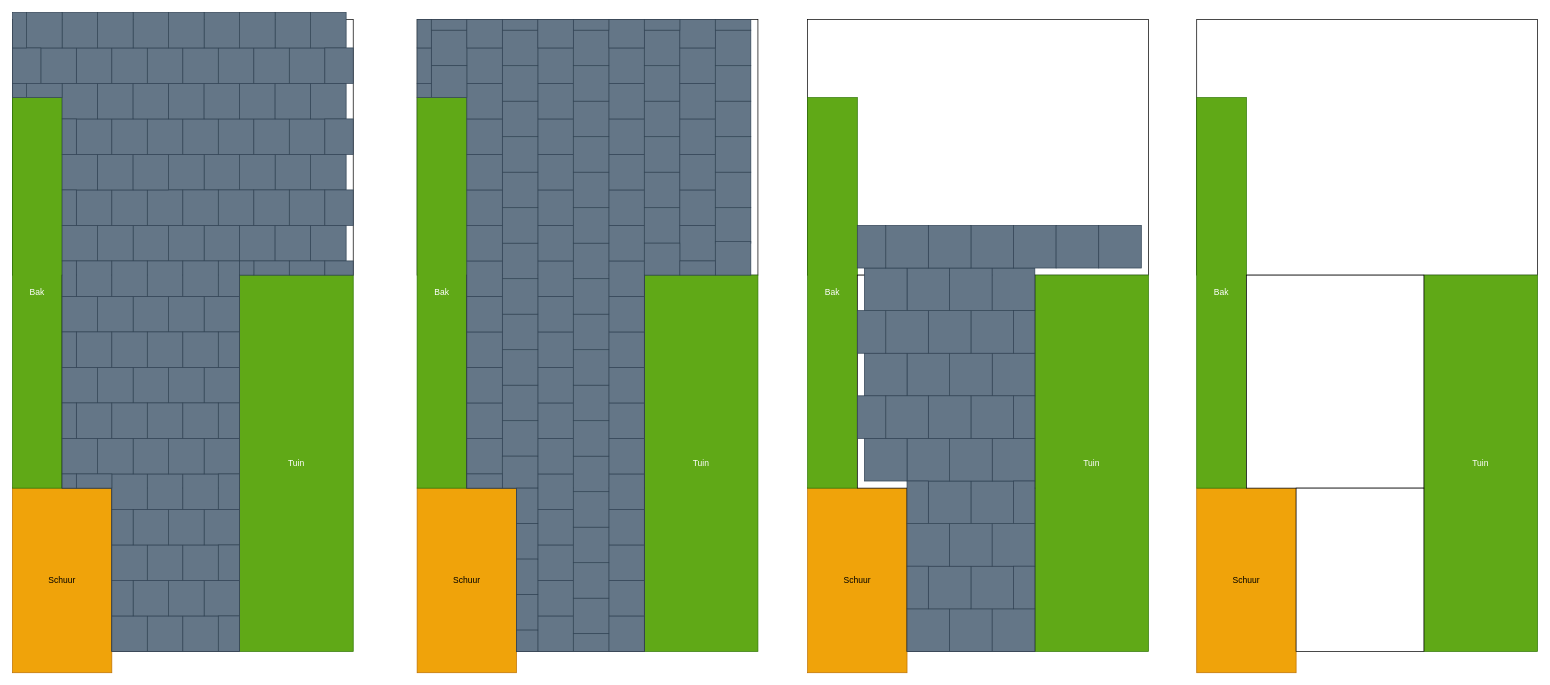
This is tuinlayout.drawio from FiekBuurman/Prompts-library, a draw.io file, before an edit. Source tidied: cells renumbered, new cells numbered last; positions are measured from the earlier drawing's top-left corner, leaving out a move shared by most shapes. Both pictures are drawn from the tidied source at 71%, with x=0, y=0 at pixel (12, 12).
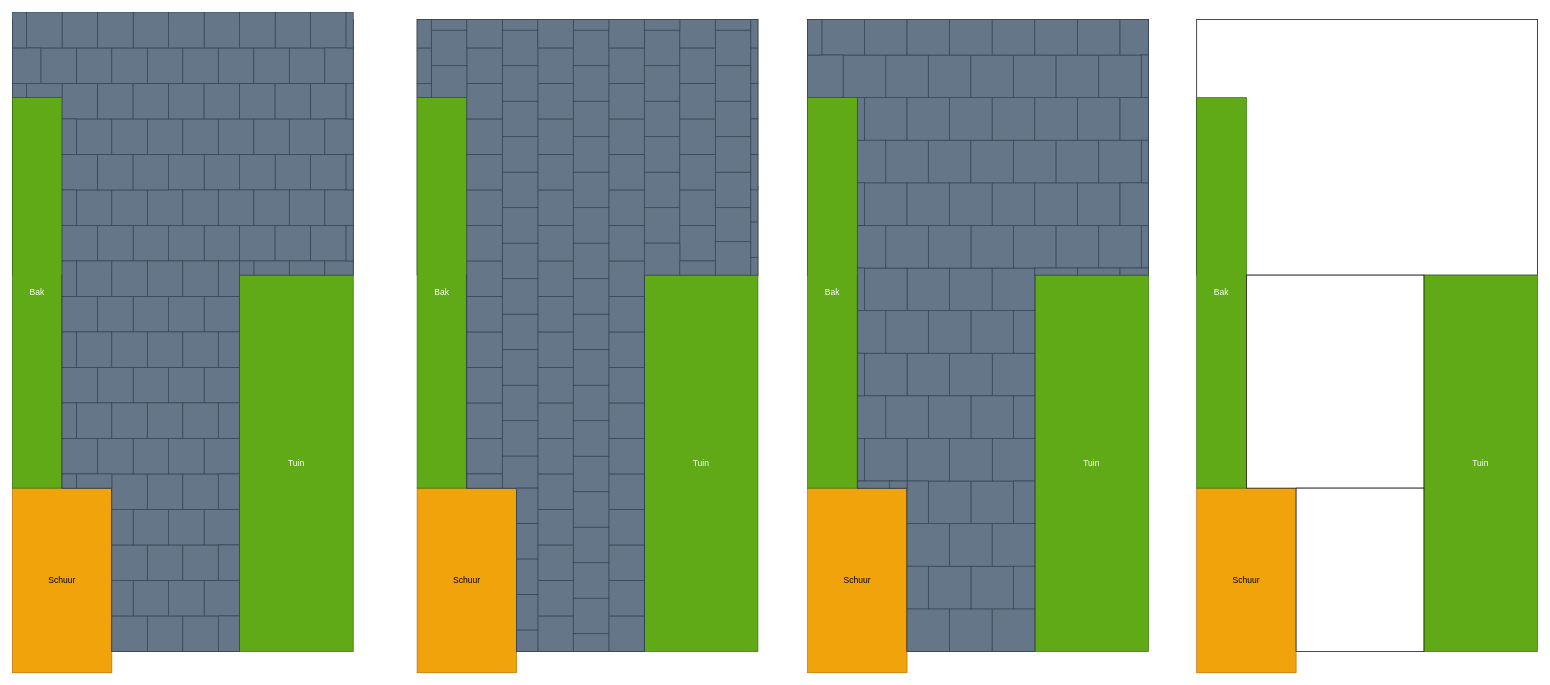
Above is the later version.

Diff of the diagram source:
```diff
@@
+    <mxCell id="310" style="rounded=0;whiteSpace=wrap;html=1;fillColor=#647687;strokeColor=#314354;fontColor=#ffffff;" parent="1" vertex="1">
+      <mxGeometry x="1200" y="240" width="60" height="60" as="geometry" />
+    </mxCell>
+    <mxCell id="311" style="rounded=0;whiteSpace=wrap;html=1;fillColor=#647687;strokeColor=#314354;fontColor=#ffffff;" parent="1" vertex="1">
+      <mxGeometry x="1260" y="240" width="60" height="60" as="geometry" />
+    </mxCell>
+    <mxCell id="312" style="rounded=0;whiteSpace=wrap;html=1;fillColor=#647687;strokeColor=#314354;fontColor=#ffffff;" parent="1" vertex="1">
+      <mxGeometry x="1320" y="240" width="60" height="60" as="geometry" />
+    </mxCell>
+    <mxCell id="313" style="rounded=0;whiteSpace=wrap;html=1;fillColor=#647687;strokeColor=#314354;fontColor=#ffffff;" parent="1" vertex="1">
+      <mxGeometry x="1380" y="240" width="60" height="60" as="geometry" />
+    </mxCell>
+    <mxCell id="314" style="rounded=0;whiteSpace=wrap;html=1;fillColor=#647687;strokeColor=#314354;fontColor=#ffffff;" parent="1" vertex="1">
+      <mxGeometry x="1440" y="240" width="60" height="60" as="geometry" />
+    </mxCell>
+    <mxCell id="315" style="rounded=0;whiteSpace=wrap;html=1;fillColor=#647687;strokeColor=#314354;fontColor=#ffffff;" parent="1" vertex="1">
+      <mxGeometry x="1500" y="240" width="60" height="60" as="geometry" />
+    </mxCell>
+    <mxCell id="316" style="rounded=0;whiteSpace=wrap;html=1;fillColor=#647687;strokeColor=#314354;fontColor=#ffffff;" parent="1" vertex="1">
+      <mxGeometry x="1230" y="180" width="60" height="60" as="geometry" />
+    </mxCell>
+    <mxCell id="317" style="rounded=0;whiteSpace=wrap;html=1;fillColor=#647687;strokeColor=#314354;fontColor=#ffffff;" parent="1" vertex="1">
+      <mxGeometry x="1290" y="180" width="60" height="60" as="geometry" />
+    </mxCell>
+    <mxCell id="318" style="rounded=0;whiteSpace=wrap;html=1;fillColor=#647687;strokeColor=#314354;fontColor=#ffffff;" parent="1" vertex="1">
+      <mxGeometry x="1350" y="180" width="60" height="60" as="geometry" />
+    </mxCell>
+    <mxCell id="319" style="rounded=0;whiteSpace=wrap;html=1;fillColor=#647687;strokeColor=#314354;fontColor=#ffffff;" parent="1" vertex="1">
+      <mxGeometry x="1410" y="180" width="60" height="60" as="geometry" />
+    </mxCell>
+    <mxCell id="320" style="rounded=0;whiteSpace=wrap;html=1;fillColor=#647687;strokeColor=#314354;fontColor=#ffffff;" parent="1" vertex="1">
+      <mxGeometry x="1470" y="180" width="60" height="60" as="geometry" />
+    </mxCell>
+    <mxCell id="321" style="rounded=0;whiteSpace=wrap;html=1;fillColor=#647687;strokeColor=#314354;fontColor=#ffffff;" parent="1" vertex="1">
+      <mxGeometry x="1530" y="180" width="60" height="60" as="geometry" />
+    </mxCell>
+    <mxCell id="322" style="rounded=0;whiteSpace=wrap;html=1;fillColor=#647687;strokeColor=#314354;fontColor=#ffffff;" parent="1" vertex="1">
+      <mxGeometry x="1200" y="120" width="60" height="60" as="geometry" />
+    </mxCell>
+    <mxCell id="323" style="rounded=0;whiteSpace=wrap;html=1;fillColor=#647687;strokeColor=#314354;fontColor=#ffffff;" parent="1" vertex="1">
+      <mxGeometry x="1260" y="120" width="60" height="60" as="geometry" />
+    </mxCell>
+    <mxCell id="324" style="rounded=0;whiteSpace=wrap;html=1;fillColor=#647687;strokeColor=#314354;fontColor=#ffffff;" parent="1" vertex="1">
+      <mxGeometry x="1320" y="120" width="60" height="60" as="geometry" />
+    </mxCell>
+    <mxCell id="325" style="rounded=0;whiteSpace=wrap;html=1;fillColor=#647687;strokeColor=#314354;fontColor=#ffffff;" parent="1" vertex="1">
+      <mxGeometry x="1380" y="120" width="60" height="60" as="geometry" />
+    </mxCell>
+    <mxCell id="326" style="rounded=0;whiteSpace=wrap;html=1;fillColor=#647687;strokeColor=#314354;fontColor=#ffffff;" parent="1" vertex="1">
+      <mxGeometry x="1440" y="120" width="60" height="60" as="geometry" />
+    </mxCell>
+    <mxCell id="327" style="rounded=0;whiteSpace=wrap;html=1;fillColor=#647687;strokeColor=#314354;fontColor=#ffffff;" parent="1" vertex="1">
+      <mxGeometry x="1500" y="120" width="60" height="60" as="geometry" />
+    </mxCell>
+    <mxCell id="328" style="rounded=0;whiteSpace=wrap;html=1;fillColor=#647687;strokeColor=#314354;fontColor=#ffffff;" parent="1" vertex="1">
+      <mxGeometry x="1230" y="60" width="60" height="60" as="geometry" />
+    </mxCell>
+    <mxCell id="329" style="rounded=0;whiteSpace=wrap;html=1;fillColor=#647687;strokeColor=#314354;fontColor=#ffffff;" parent="1" vertex="1">
+      <mxGeometry x="1290" y="60" width="60" height="60" as="geometry" />
+    </mxCell>
+    <mxCell id="330" style="rounded=0;whiteSpace=wrap;html=1;fillColor=#647687;strokeColor=#314354;fontColor=#ffffff;" parent="1" vertex="1">
+      <mxGeometry x="1350" y="60" width="60" height="60" as="geometry" />
+    </mxCell>
+    <mxCell id="331" style="rounded=0;whiteSpace=wrap;html=1;fillColor=#647687;strokeColor=#314354;fontColor=#ffffff;" parent="1" vertex="1">
+      <mxGeometry x="1410" y="60" width="60" height="60" as="geometry" />
+    </mxCell>
+    <mxCell id="332" style="rounded=0;whiteSpace=wrap;html=1;fillColor=#647687;strokeColor=#314354;fontColor=#ffffff;" parent="1" vertex="1">
+      <mxGeometry x="1470" y="60" width="60" height="60" as="geometry" />
+    </mxCell>
+    <mxCell id="333" style="rounded=0;whiteSpace=wrap;html=1;fillColor=#647687;strokeColor=#314354;fontColor=#ffffff;" parent="1" vertex="1">
+      <mxGeometry x="1530" y="60" width="60" height="60" as="geometry" />
+    </mxCell>
+    <mxCell id="334" style="rounded=0;whiteSpace=wrap;html=1;fillColor=#647687;strokeColor=#314354;fontColor=#ffffff;" parent="1" vertex="1">
+      <mxGeometry x="1170" y="60" width="60" height="60" as="geometry" />
+    </mxCell>
+    <mxCell id="335" style="rounded=0;whiteSpace=wrap;html=1;fillColor=#647687;strokeColor=#314354;fontColor=#ffffff;" parent="1" vertex="1">
+      <mxGeometry x="1200" y="10" width="60" height="50" as="geometry" />
+    </mxCell>
+    <mxCell id="336" style="rounded=0;whiteSpace=wrap;html=1;fillColor=#647687;strokeColor=#314354;fontColor=#ffffff;" parent="1" vertex="1">
+      <mxGeometry x="1260" y="10" width="60" height="50" as="geometry" />
+    </mxCell>
+    <mxCell id="337" style="rounded=0;whiteSpace=wrap;html=1;fillColor=#647687;strokeColor=#314354;fontColor=#ffffff;" parent="1" vertex="1">
+      <mxGeometry x="1320" y="10" width="60" height="50" as="geometry" />
+    </mxCell>
+    <mxCell id="338" style="rounded=0;whiteSpace=wrap;html=1;fillColor=#647687;strokeColor=#314354;fontColor=#ffffff;" parent="1" vertex="1">
+      <mxGeometry x="1380" y="10" width="60" height="50" as="geometry" />
+    </mxCell>
+    <mxCell id="339" style="rounded=0;whiteSpace=wrap;html=1;fillColor=#647687;strokeColor=#314354;fontColor=#ffffff;" parent="1" vertex="1">
+      <mxGeometry x="1440" y="10" width="60" height="50" as="geometry" />
+    </mxCell>
+    <mxCell id="340" style="rounded=0;whiteSpace=wrap;html=1;fillColor=#647687;strokeColor=#314354;fontColor=#ffffff;" parent="1" vertex="1">
+      <mxGeometry x="1500" y="10" width="60" height="50" as="geometry" />
+    </mxCell>
+    <mxCell id="341" style="rounded=0;whiteSpace=wrap;html=1;fillColor=#647687;strokeColor=#314354;fontColor=#ffffff;" parent="1" vertex="1">
+      <mxGeometry x="1140" y="10" width="60" height="50" as="geometry" />
+    </mxCell>
+    <mxCell id="342" style="rounded=0;whiteSpace=wrap;html=1;fillColor=#647687;strokeColor=#314354;fontColor=#ffffff;" parent="1" vertex="1">
+      <mxGeometry x="1120" y="60" width="50" height="60" as="geometry" />
+    </mxCell>
+    <mxCell id="343" style="rounded=0;whiteSpace=wrap;html=1;fillColor=#647687;strokeColor=#314354;fontColor=#ffffff;" parent="1" vertex="1">
+      <mxGeometry x="1120" y="10" width="20" height="50" as="geometry" />
+    </mxCell>
+    <mxCell id="344" style="rounded=0;whiteSpace=wrap;html=1;fillColor=#647687;strokeColor=#314354;fontColor=#ffffff;" parent="1" vertex="1">
+      <mxGeometry x="1190" y="180" width="40" height="60" as="geometry" />
+    </mxCell>
+    <mxCell id="345" style="rounded=0;whiteSpace=wrap;html=1;fillColor=#647687;strokeColor=#314354;fontColor=#ffffff;" parent="1" vertex="1">
+      <mxGeometry x="1560" y="120" width="40" height="60" as="geometry" />
+    </mxCell>
+    <mxCell id="346" style="rounded=0;whiteSpace=wrap;html=1;fillColor=#647687;strokeColor=#314354;fontColor=#ffffff;" parent="1" vertex="1">
+      <mxGeometry x="1560" y="10" width="40" height="50" as="geometry" />
+    </mxCell>
+    <mxCell id="347" style="rounded=0;whiteSpace=wrap;html=1;fillColor=#647687;strokeColor=#314354;fontColor=#ffffff;" parent="1" vertex="1">
+      <mxGeometry x="1560" y="240" width="40" height="60" as="geometry" />
+    </mxCell>
+    <mxCell id="348" style="rounded=0;whiteSpace=wrap;html=1;fillColor=#647687;strokeColor=#314354;fontColor=#ffffff;" parent="1" vertex="1">
+      <mxGeometry x="1190" y="120" width="10" height="60" as="geometry" />
+    </mxCell>
+    <mxCell id="349" style="rounded=0;whiteSpace=wrap;html=1;fillColor=#647687;strokeColor=#314354;fontColor=#ffffff;" parent="1" vertex="1">
+      <mxGeometry x="1190" y="240" width="10" height="60" as="geometry" />
+    </mxCell>
+    <mxCell id="350" style="rounded=0;whiteSpace=wrap;html=1;fillColor=#647687;strokeColor=#314354;fontColor=#ffffff;" parent="1" vertex="1">
+      <mxGeometry x="1190" y="360" width="10" height="60" as="geometry" />
+    </mxCell>
+    <mxCell id="351" style="rounded=0;whiteSpace=wrap;html=1;fillColor=#647687;strokeColor=#314354;fontColor=#ffffff;" parent="1" vertex="1">
+      <mxGeometry x="1190" y="480" width="10" height="60" as="geometry" />
+    </mxCell>
+    <mxCell id="352" style="rounded=0;whiteSpace=wrap;html=1;fillColor=#647687;strokeColor=#314354;fontColor=#ffffff;" parent="1" vertex="1">
+      <mxGeometry x="1590" y="300" width="10" height="60" as="geometry" />
+    </mxCell>
+    <mxCell id="353" style="rounded=0;whiteSpace=wrap;html=1;fillColor=#647687;strokeColor=#314354;fontColor=#ffffff;" parent="1" vertex="1">
+      <mxGeometry x="1590" y="180" width="10" height="60" as="geometry" />
+    </mxCell>
+    <mxCell id="354" style="rounded=0;whiteSpace=wrap;html=1;fillColor=#647687;strokeColor=#314354;fontColor=#ffffff;" parent="1" vertex="1">
+      <mxGeometry x="1590" y="60" width="10" height="60" as="geometry" />
+    </mxCell>
+    <mxCell id="355" style="rounded=0;whiteSpace=wrap;html=1;fillColor=#647687;strokeColor=#314354;fontColor=#ffffff;" parent="1" vertex="1">
+      <mxGeometry x="1190" y="600" width="10" height="60" as="geometry" />
+    </mxCell>
+    <mxCell id="356" style="rounded=0;whiteSpace=wrap;html=1;fillColor=#647687;strokeColor=#314354;fontColor=#ffffff;" parent="1" vertex="1">
+      <mxGeometry x="1190" y="660" width="50" height="10" as="geometry" />
+    </mxCell>
+    <mxCell id="357" style="rounded=0;whiteSpace=wrap;html=1;fillColor=#647687;strokeColor=#314354;fontColor=#ffffff;" parent="1" vertex="1">
+      <mxGeometry x="1235" y="660" width="25" height="10" as="geometry" />
+    </mxCell>
+    <mxCell id="358" style="rounded=0;whiteSpace=wrap;html=1;fillColor=#647687;strokeColor=#314354;fontColor=#ffffff;" parent="1" vertex="1">
+      <mxGeometry x="1440" y="360" width="60" height="10" as="geometry" />
+    </mxCell>
+    <mxCell id="359" style="rounded=0;whiteSpace=wrap;html=1;fillColor=#647687;strokeColor=#314354;fontColor=#ffffff;" parent="1" vertex="1">
+      <mxGeometry x="1500" y="360" width="60" height="10" as="geometry" />
+    </mxCell>
+    <mxCell id="360" style="rounded=0;whiteSpace=wrap;html=1;fillColor=#647687;strokeColor=#314354;fontColor=#ffffff;" parent="1" vertex="1">
+      <mxGeometry x="1560" y="360" width="40" height="10" as="geometry" />
+    </mxCell>
+    <mxCell id="361" style="rounded=0;whiteSpace=wrap;html=1;fillColor=#647687;strokeColor=#314354;fontColor=#ffffff;" parent="1" vertex="1">
+      <mxGeometry x="1040" y="295" width="10" height="50" as="geometry" />
+    </mxCell>
+    <mxCell id="362" style="rounded=0;whiteSpace=wrap;html=1;fillColor=#647687;strokeColor=#314354;fontColor=#ffffff;" parent="1" vertex="1">
+      <mxGeometry x="1040" y="245" width="10" height="50" as="geometry" />
+    </mxCell>
+    <mxCell id="363" style="rounded=0;whiteSpace=wrap;html=1;fillColor=#647687;strokeColor=#314354;fontColor=#ffffff;" parent="1" vertex="1">
+      <mxGeometry x="1040" y="100" width="10" height="50" as="geometry" />
+    </mxCell>
+    <mxCell id="364" style="rounded=0;whiteSpace=wrap;html=1;fillColor=#647687;strokeColor=#314354;fontColor=#ffffff;" parent="1" vertex="1">
+      <mxGeometry x="1040" y="200" width="10" height="50" as="geometry" />
+    </mxCell>
+    <mxCell id="365" style="rounded=0;whiteSpace=wrap;html=1;fillColor=#647687;strokeColor=#314354;fontColor=#ffffff;" parent="1" vertex="1">
+      <mxGeometry x="1040" y="150" width="10" height="50" as="geometry" />
+    </mxCell>
+    <mxCell id="366" style="rounded=0;whiteSpace=wrap;html=1;fillColor=#647687;strokeColor=#314354;fontColor=#ffffff;" parent="1" vertex="1">
+      <mxGeometry x="1040" y="50" width="10" height="50" as="geometry" />
+    </mxCell>
+    <mxCell id="367" style="rounded=0;whiteSpace=wrap;html=1;fillColor=#647687;strokeColor=#314354;fontColor=#ffffff;" parent="1" vertex="1">
+      <mxGeometry x="1040" y="10" width="10" height="40" as="geometry" />
+    </mxCell>
+    <mxCell id="368" style="rounded=0;whiteSpace=wrap;html=1;fillColor=#647687;strokeColor=#314354;fontColor=#ffffff;" parent="1" vertex="1">
+      <mxGeometry x="1040" y="345" width="10" height="25" as="geometry" />
+    </mxCell>
+    <mxCell id="369" style="rounded=0;whiteSpace=wrap;html=1;fillColor=#647687;strokeColor=#314354;fontColor=#ffffff;" parent="1" vertex="1">
+      <mxGeometry x="470" y="100" width="10" height="50" as="geometry" />
+    </mxCell>
+    <mxCell id="370" style="rounded=0;whiteSpace=wrap;html=1;fillColor=#647687;strokeColor=#314354;fontColor=#ffffff;" parent="1" vertex="1">
+      <mxGeometry x="470" y="200" width="10" height="50" as="geometry" />
+    </mxCell>
+    <mxCell id="371" style="rounded=0;whiteSpace=wrap;html=1;fillColor=#647687;strokeColor=#314354;fontColor=#ffffff;" parent="1" vertex="1">
+      <mxGeometry x="470" width="10" height="50" as="geometry" />
+    </mxCell>
+    <mxCell id="372" style="rounded=0;whiteSpace=wrap;html=1;fillColor=#647687;strokeColor=#314354;fontColor=#ffffff;" parent="1" vertex="1">
+      <mxGeometry x="470" y="300" width="10" height="50" as="geometry" />
+    </mxCell>
```
